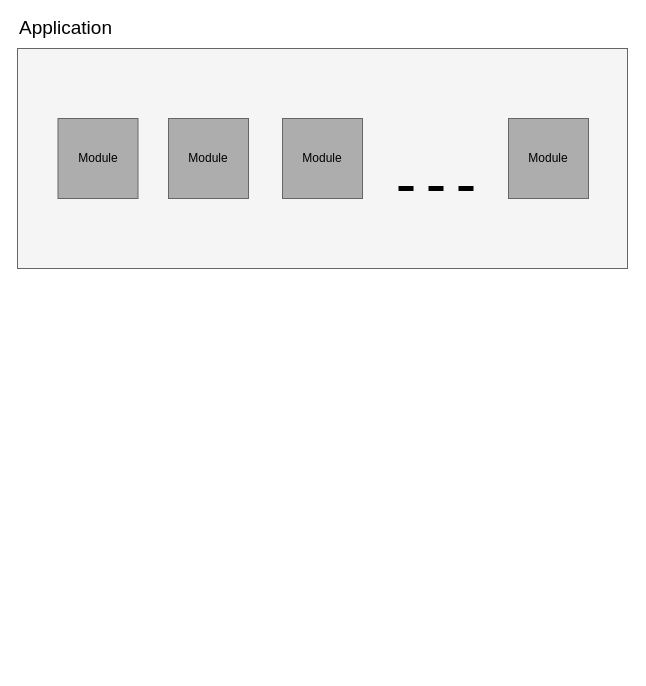
Before: diagrams/App.drawio in ktorio/ktor-documentation, a draw.io diagram. Source tidied: cells renumbered, new cells numbered last; positions are measured from the earlier drawing's top-left corner, leaving out a move shared by most shapes. Both pictures are drawn from the tidied source at 100%, with x=0, y=0 at pixel (17, 18).
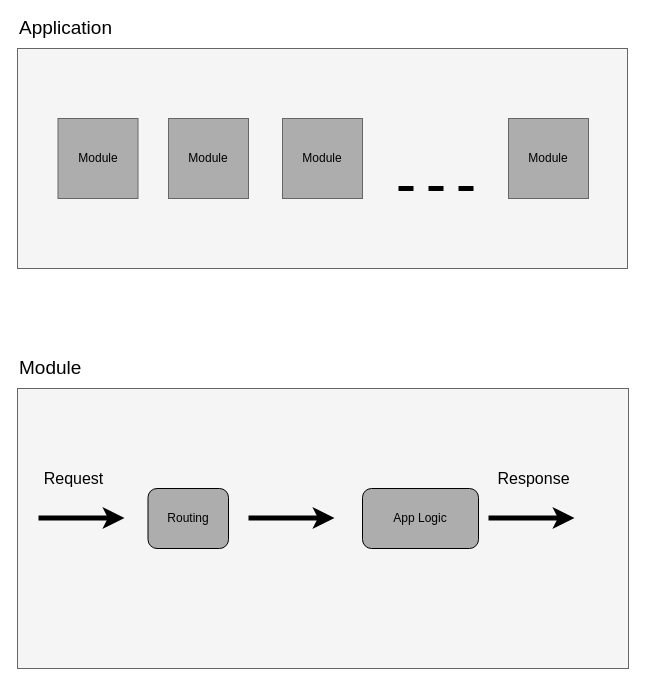
The same page after the edit.

Commit message (it also covers changes not shown here):
Created first diagram for testing

The edit, as a diff of the source:
```diff
@@
+    <mxCell id="13" style="rounded=0;whiteSpace=wrap;html=1;fillColor=#f5f5f5;fontSize=12;align=left;strokeColor=#666666;fontColor=#333333;" parent="1" vertex="1">
+      <mxGeometry y="370" width="611" height="280" as="geometry" />
+    </mxCell>
+    <mxCell id="14" value="Module" style="text;html=1;strokeColor=none;fillColor=none;align=left;verticalAlign=middle;whiteSpace=wrap;rounded=0;fontSize=19;" parent="1" vertex="1">
+      <mxGeometry y="340" width="161" height="20" as="geometry" />
+    </mxCell>
+    <mxCell id="15" style="rounded=1;whiteSpace=wrap;html=1;fillColor=#ADADAD;fontSize=12;align=left;" parent="1" vertex="1">
+      <mxGeometry x="345" y="470" width="116" height="60" as="geometry" />
+    </mxCell>
+    <mxCell id="16" style="rounded=1;whiteSpace=wrap;html=1;fillColor=#ADADAD;fontSize=12;align=left;" parent="1" vertex="1">
+      <mxGeometry x="130.5" y="470" width="80.5" height="60" as="geometry" />
+    </mxCell>
+    <mxCell id="17" style="endArrow=classic;html=1;strokeWidth=5;fontSize=12;" parent="1" edge="1">
+      <mxGeometry relative="1" as="geometry">
+        <mxPoint x="471" y="499.5" as="sourcePoint" />
+        <mxPoint x="557" y="499.5" as="targetPoint" />
+      </mxGeometry>
+    </mxCell>
+    <mxCell id="18" style="endArrow=classic;html=1;strokeWidth=5;fontSize=12;" parent="1" edge="1">
+      <mxGeometry relative="1" as="geometry">
+        <mxPoint x="21" y="499.5" as="sourcePoint" />
+        <mxPoint x="107" y="499.5" as="targetPoint" />
+      </mxGeometry>
+    </mxCell>
+    <mxCell id="19" style="endArrow=classic;html=1;strokeWidth=5;fontSize=12;" parent="1" edge="1">
+      <mxGeometry relative="1" as="geometry">
+        <mxPoint x="231" y="499.5" as="sourcePoint" />
+        <mxPoint x="317" y="499.5" as="targetPoint" />
+      </mxGeometry>
+    </mxCell>
+    <mxCell id="20" value="Request" style="text;html=1;strokeColor=none;fillColor=none;align=center;verticalAlign=middle;whiteSpace=wrap;rounded=0;fontSize=16;" parent="1" vertex="1">
+      <mxGeometry x="40.5" y="450" width="30.5" height="20" as="geometry" />
+    </mxCell>
+    <mxCell id="21" value="Routing" style="text;html=1;strokeColor=none;fillColor=none;align=center;verticalAlign=middle;whiteSpace=wrap;rounded=0;fontSize=12;" parent="1" vertex="1">
+      <mxGeometry x="151" y="490" width="40" height="20" as="geometry" />
+    </mxCell>
+    <mxCell id="22" value="App Logic" style="text;html=1;strokeColor=none;fillColor=none;align=center;verticalAlign=middle;whiteSpace=wrap;rounded=0;fontSize=12;" parent="1" vertex="1">
+      <mxGeometry x="374" y="490" width="58" height="20" as="geometry" />
+    </mxCell>
+    <mxCell id="23" value="Response" style="text;html=1;strokeColor=none;fillColor=none;align=center;verticalAlign=middle;whiteSpace=wrap;rounded=0;fontSize=16;" parent="1" vertex="1">
+      <mxGeometry x="501" y="450" width="30.5" height="20" as="geometry" />
+    </mxCell>
```
